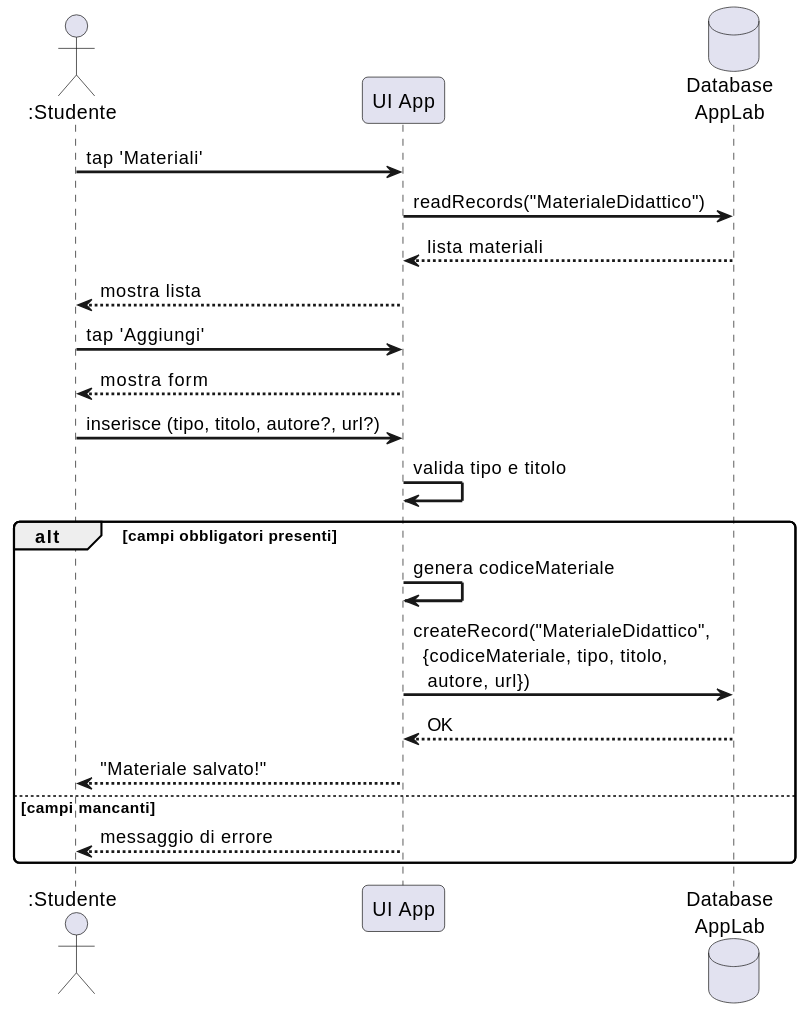
Earlier version of the PlantUML export images/sd-inserimento-materiale.svg (gionatamassibenincasa/study-together).
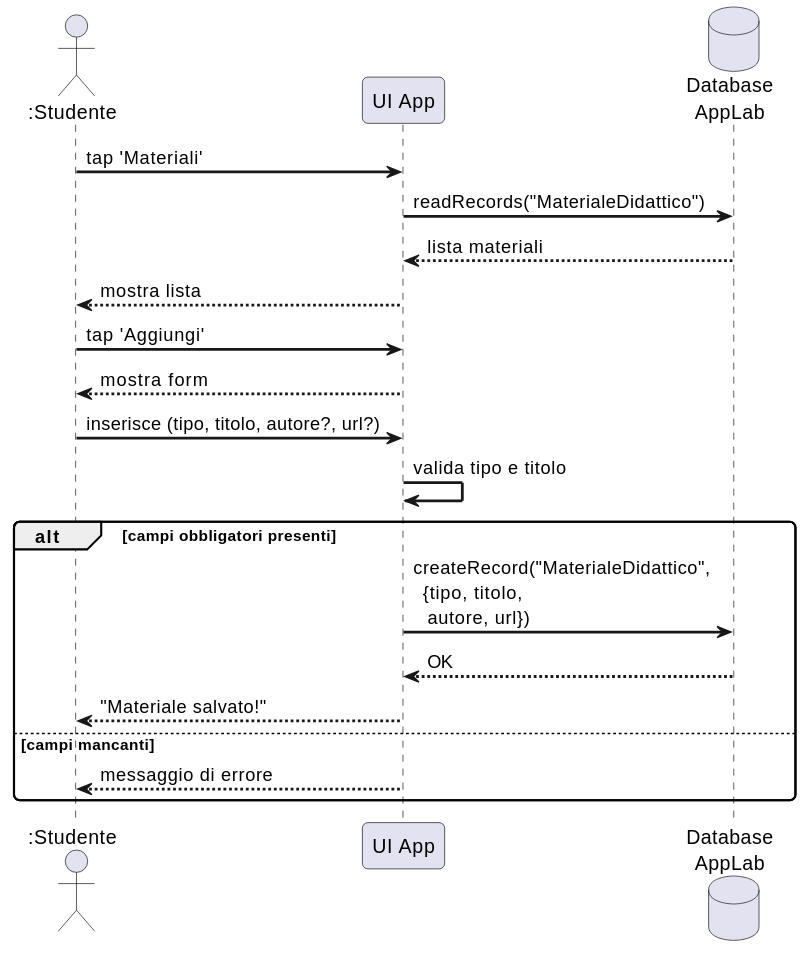
The same file after the commit.

Diff of the diagram source:
```diff
@@ -18,8 +18,7 @@
 UI -> UI : valida tipo e titolo
 
 alt campi obbligatori presenti
-  UI -> UI : genera codiceMateriale
-  UI -> DB : createRecord("MaterialeDidattico",\n  {codiceMateriale, tipo, titolo,\n   autore, url})
+  UI -> DB : createRecord("MaterialeDidattico",\n  {tipo, titolo,\n   autore, url})
   DB --> UI : OK
   UI --> S : "Materiale salvato!"
 else campi mancanti
```
